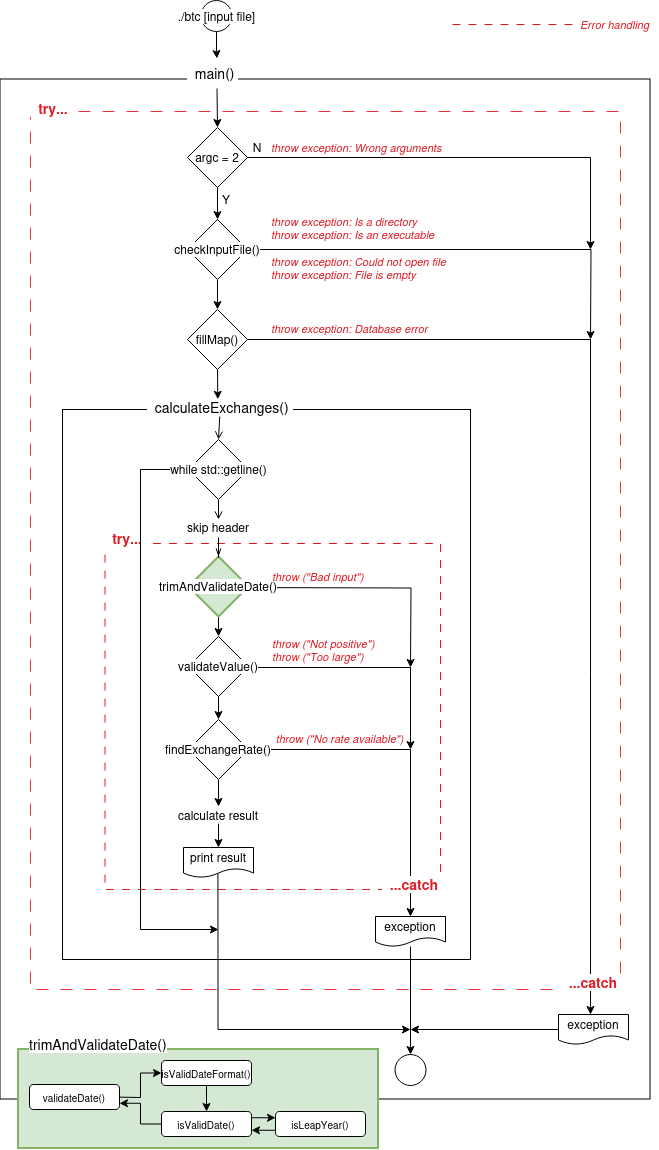
ccg-v/cpp_modules keeps this draw.io diagram as cpp_09/ex00/assets/BitcoinExchange.png. Above is the earlier version. Source tidied: cells renumbered, new cells last; positions are measured from the earlier drawing's top-left corner, leaving out a move shared by most shapes.
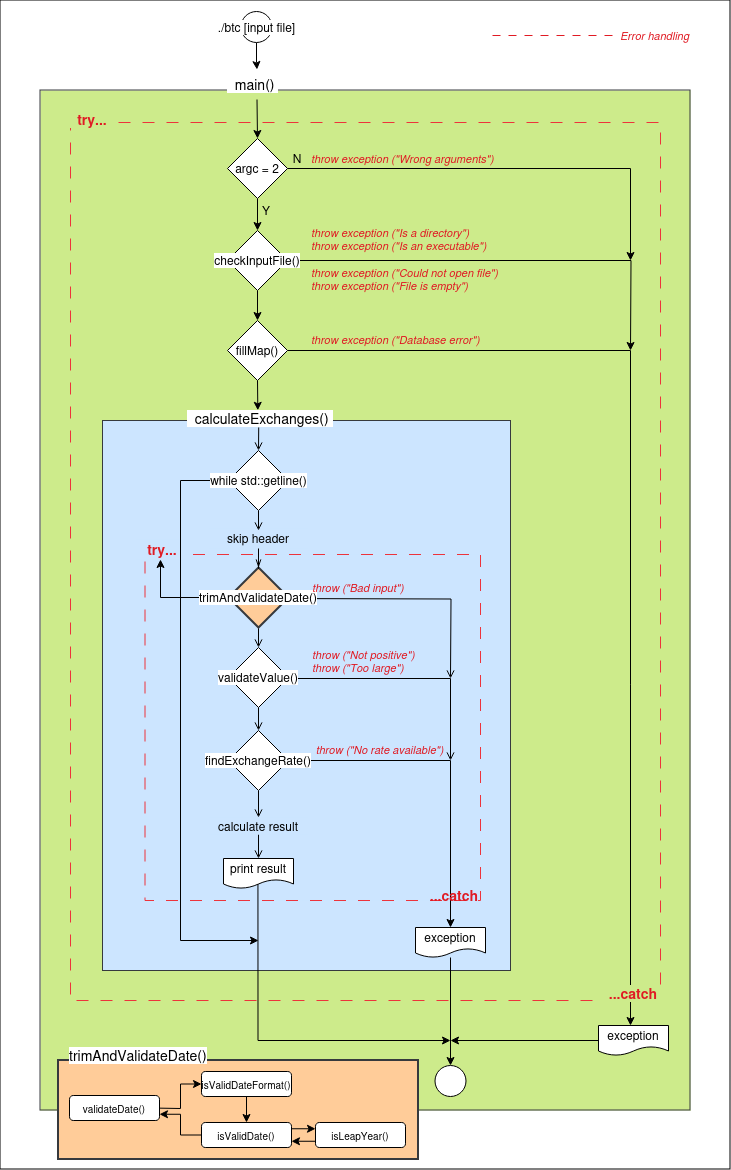
After the change.

What changed in the source:
```diff
@@ -2,19 +2,22 @@
   <root>
     <mxCell id="0" />
     <mxCell id="1" parent="0" />
+    <mxCell id="69" style="rounded=0;whiteSpace=wrap;html=1;" parent="1" vertex="1">
+      <mxGeometry x="-40" y="-11" width="730" height="1169" as="geometry" />
+    </mxCell>
-    <mxCell id="2" style="rounded=0;whiteSpace=wrap;html=1;" parent="1" vertex="1">
+    <mxCell id="2" style="rounded=0;whiteSpace=wrap;html=1;fillColor=#cdeb8b;strokeColor=#36393d;" parent="1" vertex="1">
       <mxGeometry y="79" width="650" height="1020" as="geometry" />
     </mxCell>
-    <mxCell id="3" style="rounded=0;whiteSpace=wrap;html=1;fillColor=#d5e8d4;strokeColor=#82b366;strokeWidth=2;" parent="1" vertex="1">
+    <mxCell id="3" style="rounded=0;whiteSpace=wrap;html=1;fillColor=#ffcc99;strokeColor=#36393d;strokeWidth=2;" parent="1" vertex="1">
       <mxGeometry x="18" y="1049" width="360" height="99" as="geometry" />
     </mxCell>
-    <mxCell id="4" style="rounded=0;whiteSpace=wrap;html=1;dashed=1;strokeWidth=1;dashPattern=12 12;strokeColor=#ED333B;" parent="1" vertex="1">
+    <mxCell id="4" style="rounded=0;whiteSpace=wrap;html=1;dashed=1;strokeWidth=1;dashPattern=12 12;strokeColor=#ED333B;fillColor=#CDEB8B;perimeterSpacing=1;glass=0;shadow=0;gradientColor=none;" parent="1" vertex="1">
       <mxGeometry x="30" y="111" width="590" height="878" as="geometry" />
     </mxCell>
-    <mxCell id="5" style="rounded=0;whiteSpace=wrap;html=1;" parent="1" vertex="1">
+    <mxCell id="5" style="rounded=0;whiteSpace=wrap;html=1;fillColor=#cce5ff;strokeColor=#36393d;" parent="1" vertex="1">
       <mxGeometry x="62" y="409" width="408" height="550" as="geometry" />
     </mxCell>
-    <mxCell id="6" style="rounded=0;whiteSpace=wrap;html=1;dashed=1;dashPattern=8 8;strokeColor=#E01B24;" parent="1" vertex="1">
+    <mxCell id="6" style="rounded=0;whiteSpace=wrap;html=1;dashed=1;dashPattern=12 12;strokeColor=#ED333B;fillColor=#CCE5FF;strokeWidth=1;align=center;verticalAlign=middle;fontFamily=Helvetica;fontSize=12;fontColor=default;" parent="1" vertex="1">
       <mxGeometry x="104.5" y="543" width="335.5" height="346" as="geometry" />
     </mxCell>
     <mxCell id="7" style="edgeStyle=orthogonalEdgeStyle;rounded=0;jettySize=auto;html=1;exitX=0.5;exitY=1;exitDx=0;exitDy=0;entryX=0.5;entryY=0;entryDx=0;entryDy=0;" parent="1" edge="1" source="9" target="12">
@@ -58,19 +61,22 @@
     <mxCell id="16" value="N" style="text;strokeColor=none;align=center;fillColor=none;html=1;verticalAlign=middle;whiteSpace=wrap;rounded=0;" parent="1" vertex="1">
       <mxGeometry x="247" y="137" width="20" height="20" as="geometry" />
     </mxCell>
-    <mxCell id="17" value="throw exception: Database error" style="text;strokeColor=none;align=left;fillColor=none;html=1;verticalAlign=middle;whiteSpace=wrap;rounded=0;fontStyle=2;fontSize=11;fontColor=#E01B24;" parent="1" vertex="1">
+    <mxCell id="17" value="throw exception (&quot;Database error&quot;)" style="text;strokeColor=none;align=left;fillColor=none;html=1;verticalAlign=middle;whiteSpace=wrap;rounded=0;fontStyle=2;fontSize=11;fontColor=#E01B24;" parent="1" vertex="1">
       <mxGeometry x="269" y="318" width="179" height="20" as="geometry" />
     </mxCell>
-    <mxCell id="18" style="edgeStyle=orthogonalEdgeStyle;rounded=0;orthogonalLoop=1;jettySize=auto;html=1;exitX=1;exitY=0.5;exitDx=0;exitDy=0;endArrow=classic;endFill=1;endSize=6;startSize=6;sourcePerimeterSpacing=0;targetPerimeterSpacing=0;" parent="1" edge="1">
+    <mxCell id="18" style="edgeStyle=orthogonalEdgeStyle;rounded=0;orthogonalLoop=1;jettySize=auto;html=1;exitX=1;exitY=0.5;exitDx=0;exitDy=0;endArrow=open;endFill=0;endSize=6;startSize=6;sourcePerimeterSpacing=0;targetPerimeterSpacing=0;" parent="1" edge="1">
       <mxGeometry relative="1" as="geometry">
         <mxPoint x="228" y="587" as="sourcePoint" />
         <mxPoint x="410" y="667" as="targetPoint" />
       </mxGeometry>
     </mxCell>
-    <mxCell id="19" style="edgeStyle=orthogonalEdgeStyle;rounded=0;jettySize=auto;html=1;exitX=0.5;exitY=1;exitDx=0;exitDy=0;entryX=0.5;entryY=0;entryDx=0;entryDy=0;" parent="1" edge="1" source="20" target="35">
+    <mxCell id="19" style="edgeStyle=orthogonalEdgeStyle;rounded=0;jettySize=auto;html=1;exitX=0.5;exitY=1;exitDx=0;exitDy=0;entryX=0.5;entryY=0;entryDx=0;entryDy=0;endArrow=open;endFill=0;" parent="1" edge="1" source="20" target="35">
       <mxGeometry relative="1" as="geometry" />
     </mxCell>
+    <mxCell id="70" style="edgeStyle=orthogonalEdgeStyle;rounded=0;jettySize=auto;html=1;" parent="1" edge="1" source="20" target="32">
+      <mxGeometry relative="1" as="geometry" />
+    </mxCell>
-    <mxCell id="20" value="trimAndValidateDate()" style="rhombus;whiteSpace=wrap;html=1;labelBackgroundColor=default;fillColor=#d5e8d4;strokeColor=#82b366;strokeWidth=2;" parent="1" vertex="1">
+    <mxCell id="20" value="trimAndValidateDate()" style="rhombus;whiteSpace=wrap;html=1;labelBackgroundColor=default;fillColor=#ffcc99;strokeColor=#36393d;strokeWidth=2;" parent="1" vertex="1">
       <mxGeometry x="188" y="556" width="60" height="60" as="geometry" />
     </mxCell>
     <mxCell id="21" style="edgeStyle=orthogonalEdgeStyle;rounded=0;jettySize=auto;html=1;exitX=0;exitY=0.5;exitDx=0;exitDy=0;entryX=1;entryY=0.75;entryDx=0;entryDy=0;" parent="1" edge="1" source="23" target="27">
@@ -114,13 +120,13 @@
     <mxCell id="30" style="edgeStyle=orthogonalEdgeStyle;rounded=0;jettySize=auto;html=1;exitX=0.5;exitY=1;exitDx=0;exitDy=0;endArrow=openThin;endFill=0;" parent="1" edge="1" source="31" target="20">
       <mxGeometry relative="1" as="geometry" />
     </mxCell>
-    <mxCell id="31" value="&lt;div&gt;skip header&lt;/div&gt;" style="rounded=0;whiteSpace=wrap;html=1;dashed=1;strokeColor=none;" parent="1" vertex="1">
+    <mxCell id="31" value="&lt;div style=&quot;font-size: 12px;&quot;&gt;skip header&lt;/div&gt;" style="rounded=0;whiteSpace=wrap;html=1;dashed=1;strokeColor=none;labelBackgroundColor=none;align=center;verticalAlign=middle;spacingLeft=0;spacing=2;fontFamily=Helvetica;fontSize=12;fontColor=default;fontStyle=0;fillColor=#cce5ff;gradientColor=none;" parent="1" vertex="1">
       <mxGeometry x="168" y="517" width="100" height="20" as="geometry" />
     </mxCell>
-    <mxCell id="32" value="&amp;nbsp; try...&amp;nbsp; " style="text;strokeColor=none;align=center;fillColor=none;html=1;verticalAlign=middle;whiteSpace=wrap;rounded=0;fontStyle=1;fontSize=14;labelBackgroundColor=default;spacingLeft=0;spacing=2;fontColor=#E01B24;" parent="1" vertex="1">
-      <mxGeometry x="100" y="528" width="50" height="20" as="geometry" />
+    <mxCell id="32" value="&amp;nbsp; try...&amp;nbsp; " style="text;strokeColor=none;align=center;fillColor=#cce5ff;html=1;verticalAlign=middle;whiteSpace=wrap;rounded=0;fontStyle=1;fontSize=14;labelBackgroundColor=none;spacingLeft=0;spacing=2;fontColor=#E01B24;" parent="1" vertex="1">
+      <mxGeometry x="95" y="528" width="50" height="20" as="geometry" />
     </mxCell>
-    <mxCell id="33" style="edgeStyle=orthogonalEdgeStyle;rounded=0;orthogonalLoop=1;jettySize=auto;html=1;exitX=1;exitY=0.5;exitDx=0;exitDy=0;endArrow=classic;endFill=1;" parent="1" edge="1">
+    <mxCell id="33" style="edgeStyle=orthogonalEdgeStyle;rounded=0;orthogonalLoop=1;jettySize=auto;html=1;exitX=1;exitY=0.5;exitDx=0;exitDy=0;endArrow=open;endFill=0;" parent="1" edge="1">
       <mxGeometry relative="1" as="geometry">
         <mxPoint x="230" y="667" as="sourcePoint" />
         <mxPoint x="410" y="749" as="targetPoint" />
@@ -129,7 +135,7 @@
         </Array>
       </mxGeometry>
     </mxCell>
-    <mxCell id="34" style="edgeStyle=orthogonalEdgeStyle;rounded=0;jettySize=auto;html=1;exitX=0.5;exitY=1;exitDx=0;exitDy=0;" parent="1" edge="1" source="35" target="38">
+    <mxCell id="34" style="edgeStyle=orthogonalEdgeStyle;rounded=0;jettySize=auto;html=1;exitX=0.5;exitY=1;exitDx=0;exitDy=0;endArrow=open;endFill=0;" parent="1" edge="1" source="35" target="38">
       <mxGeometry relative="1" as="geometry" />
     </mxCell>
     <mxCell id="35" value="validateValue()" style="rhombus;whiteSpace=wrap;html=1;labelBackgroundColor=default;" parent="1" vertex="1">
@@ -143,7 +149,7 @@
         </Array>
       </mxGeometry>
     </mxCell>
-    <mxCell id="37" style="edgeStyle=orthogonalEdgeStyle;rounded=0;jettySize=auto;html=1;exitX=0.5;exitY=1;exitDx=0;exitDy=0;entryX=0.5;entryY=0;entryDx=0;entryDy=0;" parent="1" edge="1" source="38" target="52">
+    <mxCell id="37" style="edgeStyle=orthogonalEdgeStyle;rounded=0;jettySize=auto;html=1;exitX=0.5;exitY=1;exitDx=0;exitDy=0;entryX=0.5;entryY=0;entryDx=0;entryDy=0;endArrow=open;endFill=0;" parent="1" edge="1" source="38" target="52">
       <mxGeometry relative="1" as="geometry" />
     </mxCell>
     <mxCell id="38" value="findExchangeRate()" style="rhombus;whiteSpace=wrap;html=1;labelBackgroundColor=default;" parent="1" vertex="1">
@@ -160,7 +166,7 @@
     <mxCell id="40" value="print result" style="shape=document;whiteSpace=wrap;html=1;boundedLbl=1;" parent="1" vertex="1">
       <mxGeometry x="183" y="847" width="70" height="30" as="geometry" />
     </mxCell>
-    <mxCell id="41" value="&amp;nbsp; ...catch&amp;nbsp; " style="text;strokeColor=none;align=center;fillColor=none;html=1;verticalAlign=middle;whiteSpace=wrap;rounded=0;fontStyle=1;fontSize=14;labelBackgroundColor=default;fontColor=#E01B24;" parent="1" vertex="1">
+    <mxCell id="41" value="&amp;nbsp; ...catch&amp;nbsp; " style="text;strokeColor=none;align=center;fillColor=none;html=1;verticalAlign=middle;whiteSpace=wrap;rounded=0;fontStyle=1;fontSize=14;labelBackgroundColor=none;fontColor=#E01B24;fontFamily=Helvetica;" parent="1" vertex="1">
       <mxGeometry x="364" y="874" width="96" height="20" as="geometry" />
     </mxCell>
     <mxCell id="42" style="edgeStyle=orthogonalEdgeStyle;rounded=0;jettySize=auto;html=1;entryX=0.5;entryY=0;entryDx=0;entryDy=0;" parent="1" edge="1" source="43" target="56">
@@ -178,11 +184,11 @@
     <mxCell id="46" value="throw (&quot;No rate available&quot;)" style="text;strokeColor=none;align=center;fillColor=none;html=1;verticalAlign=middle;whiteSpace=wrap;rounded=0;fontStyle=2;fontSize=11;fontColor=#E01B24;" parent="1" vertex="1">
       <mxGeometry x="270" y="728" width="139" height="20" as="geometry" />
     </mxCell>
-    <mxCell id="47" value="&lt;div&gt;throw exception: Is a directory&lt;br&gt;&lt;/div&gt;&lt;div&gt;throw exception: Is an executable&lt;/div&gt;&lt;div&gt;&lt;br&gt;&lt;/div&gt;&lt;div&gt;throw exception: Could not open file&lt;/div&gt;&lt;div&gt;throw exception: File is empty&lt;/div&gt;" style="text;strokeColor=none;align=left;fillColor=none;html=1;verticalAlign=middle;whiteSpace=wrap;rounded=0;fontStyle=2;fontSize=11;fontColor=#E01B24;" parent="1" vertex="1">
+    <mxCell id="47" value="&lt;div&gt;throw exception (&quot;Is a directory&quot;)&lt;br&gt;&lt;/div&gt;&lt;div&gt;throw exception (&quot;Is an executable&quot;)&lt;/div&gt;&lt;div&gt;&lt;br&gt;&lt;/div&gt;&lt;div&gt;throw exception (&quot;Could not open file&quot;)&lt;/div&gt;&lt;div&gt;throw exception (&quot;File is empty&quot;)&lt;/div&gt;" style="text;strokeColor=none;align=left;fillColor=none;html=1;verticalAlign=middle;whiteSpace=wrap;rounded=0;fontStyle=2;fontSize=11;fontColor=#E01B24;" parent="1" vertex="1">
       <mxGeometry x="269" y="233" width="189" height="30" as="geometry" />
     </mxCell>
-    <mxCell id="48" value="&lt;div&gt;throw exception: Wrong arguments&lt;br&gt;&lt;/div&gt;" style="text;strokeColor=none;align=left;fillColor=none;html=1;verticalAlign=middle;whiteSpace=wrap;rounded=0;fontStyle=2;fontSize=11;fontColor=#E01B24;" parent="1" vertex="1">
-      <mxGeometry x="269" y="132" width="180" height="30" as="geometry" />
+    <mxCell id="48" value="&lt;div&gt;throw exception (&quot;Wrong arguments&quot;)&lt;br&gt;&lt;/div&gt;" style="text;strokeColor=none;align=left;fillColor=none;html=1;verticalAlign=middle;whiteSpace=wrap;rounded=0;fontStyle=2;fontSize=11;fontColor=#E01B24;" parent="1" vertex="1">
+      <mxGeometry x="269" y="132" width="191" height="30" as="geometry" />
     </mxCell>
     <mxCell id="49" style="edgeStyle=orthogonalEdgeStyle;rounded=0;orthogonalLoop=1;jettySize=auto;html=1;" parent="1" edge="1">
       <mxGeometry relative="1" as="geometry">
@@ -196,19 +202,19 @@
     <mxCell id="50" value="&lt;div&gt;exception&lt;br&gt;&lt;/div&gt;" style="shape=document;whiteSpace=wrap;html=1;boundedLbl=1;" parent="1" vertex="1">
       <mxGeometry x="558" y="1014" width="70" height="30" as="geometry" />
     </mxCell>
-    <mxCell id="51" style="edgeStyle=orthogonalEdgeStyle;rounded=0;jettySize=auto;html=1;exitX=0.5;exitY=1;exitDx=0;exitDy=0;entryX=0.5;entryY=0;entryDx=0;entryDy=0;" parent="1" edge="1" source="52" target="40">
+    <mxCell id="51" style="edgeStyle=orthogonalEdgeStyle;rounded=0;jettySize=auto;html=1;exitX=0.5;exitY=1;exitDx=0;exitDy=0;entryX=0.5;entryY=0;entryDx=0;entryDy=0;endArrow=open;endFill=0;" parent="1" edge="1" source="52" target="40">
       <mxGeometry relative="1" as="geometry" />
     </mxCell>
-    <mxCell id="52" value="&lt;div&gt;calculate result&lt;/div&gt;" style="rounded=0;whiteSpace=wrap;html=1;strokeColor=none;dashed=1;" parent="1" vertex="1">
+    <mxCell id="52" value="&lt;div&gt;calculate result&lt;/div&gt;" style="rounded=0;whiteSpace=wrap;html=1;strokeColor=none;dashed=1;align=center;verticalAlign=middle;spacingLeft=0;spacing=2;fontFamily=Helvetica;fontSize=12;fontColor=default;fontStyle=0;labelBackgroundColor=none;fillColor=#cce5ff;gradientColor=none;" parent="1" vertex="1">
       <mxGeometry x="168" y="806" width="100" height="17" as="geometry" />
     </mxCell>
     <mxCell id="53" value="&amp;nbsp; calculateExchanges()&amp;nbsp; " style="text;strokeColor=none;align=left;fillColor=none;html=1;verticalAlign=middle;whiteSpace=wrap;rounded=0;fontStyle=0;fontSize=14;labelBackgroundColor=default;" parent="1" vertex="1">
       <mxGeometry x="145" y="398" width="148.5" height="18" as="geometry" />
     </mxCell>
-    <mxCell id="54" value="&amp;nbsp; try...&amp;nbsp; " style="text;strokeColor=none;align=center;fillColor=none;html=1;verticalAlign=middle;whiteSpace=wrap;rounded=0;fontStyle=1;fontSize=14;labelBackgroundColor=default;spacingLeft=0;spacing=2;fontColor=#E01B24;" parent="1" vertex="1">
-      <mxGeometry x="26" y="98" width="50" height="20" as="geometry" />
+    <mxCell id="54" value="&amp;nbsp; try...&amp;nbsp; " style="text;strokeColor=none;align=center;fillColor=none;html=1;verticalAlign=middle;whiteSpace=wrap;rounded=0;fontStyle=1;fontSize=14;labelBackgroundColor=#CDEB8B;spacingLeft=0;spacing=2;fontColor=#E01B24;" parent="1" vertex="1">
+      <mxGeometry x="25" y="98" width="50" height="20" as="geometry" />
     </mxCell>
-    <mxCell id="55" value="&amp;nbsp; ...catch&amp;nbsp; " style="text;strokeColor=none;align=center;fillColor=none;html=1;verticalAlign=middle;whiteSpace=wrap;rounded=0;fontStyle=1;fontSize=14;labelBackgroundColor=default;fontColor=#E01B24;" parent="1" vertex="1">
+    <mxCell id="55" value="&amp;nbsp; ...catch&amp;nbsp; " style="text;strokeColor=none;align=center;fillColor=none;html=1;verticalAlign=middle;whiteSpace=wrap;rounded=0;fontStyle=1;fontSize=14;labelBackgroundColor=#CDEB8B;fontColor=#E01B24;" parent="1" vertex="1">
       <mxGeometry x="543" y="972" width="96" height="20" as="geometry" />
     </mxCell>
     <mxCell id="56" style="ellipse;whiteSpace=wrap;html=1;" parent="1" vertex="1">
@@ -250,7 +256,7 @@
     <mxCell id="65" value="while std::getline()" style="rhombus;html=1;labelBackgroundColor=default;" parent="1" vertex="1">
       <mxGeometry x="188" y="439" width="60" height="60" as="geometry" />
     </mxCell>
-    <mxCell id="66" style="edgeStyle=orthogonalEdgeStyle;rounded=0;jettySize=auto;html=1;exitX=0.5;exitY=1;exitDx=0;exitDy=0;entryX=0.5;entryY=0;entryDx=0;entryDy=0;endArrow=open;endFill=0;" parent="1" edge="1" source="53" target="65">
+    <mxCell id="66" style="edgeStyle=orthogonalEdgeStyle;rounded=0;jettySize=auto;html=1;exitX=0.493;exitY=0.998;exitDx=0;exitDy=0;entryX=0.5;entryY=0;entryDx=0;entryDy=0;endArrow=open;endFill=0;exitPerimeter=0;" parent="1" edge="1" source="53" target="65">
       <mxGeometry relative="1" as="geometry" />
     </mxCell>
     <mxCell id="67" style="endArrow=none;dashed=1;html=1;rounded=0;dashPattern=8 8;strokeColor=#E01B24;" parent="1" edge="1">
```
